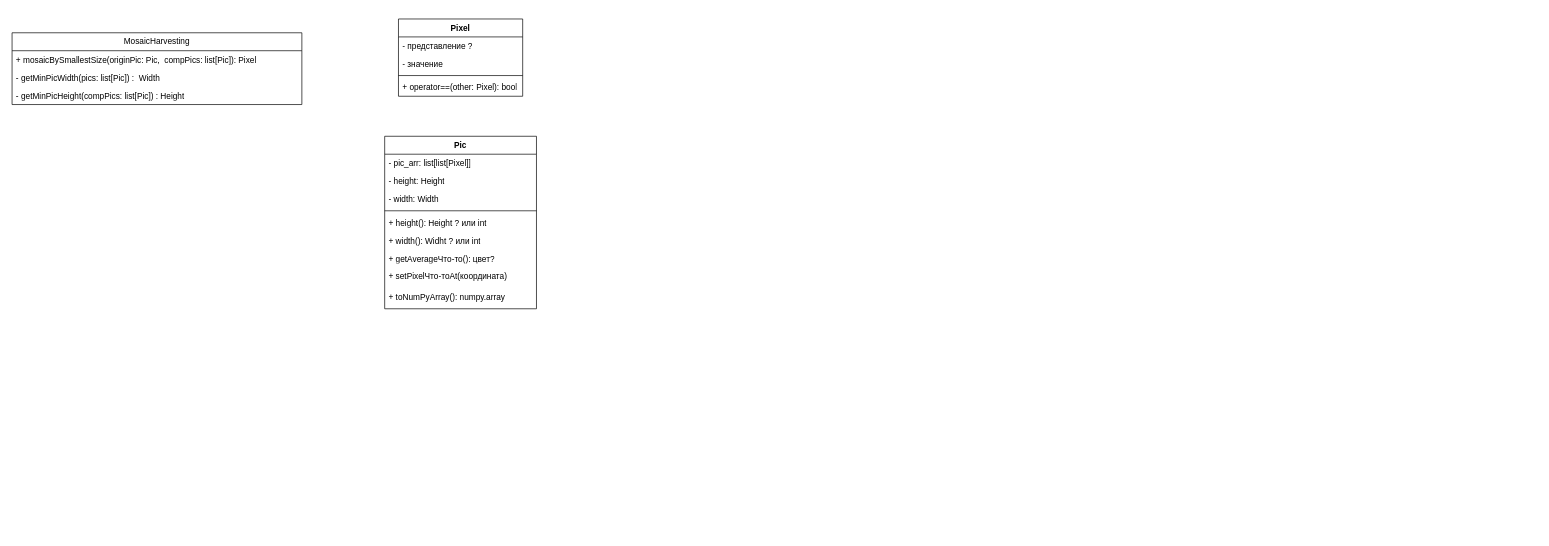
Earlier version of the draw.io diagram page "диаграмма классов" (2 of 2) of arc.drawio (Sqaz33/PicMix). Source tidied: cells renumbered, new cells numbered last; positions are measured from the earlier drawing's top-left corner, leaving out a move shared by most shapes. Both pictures are drawn from the tidied source at 69%, with x=0, y=0 at pixel (12, 19).
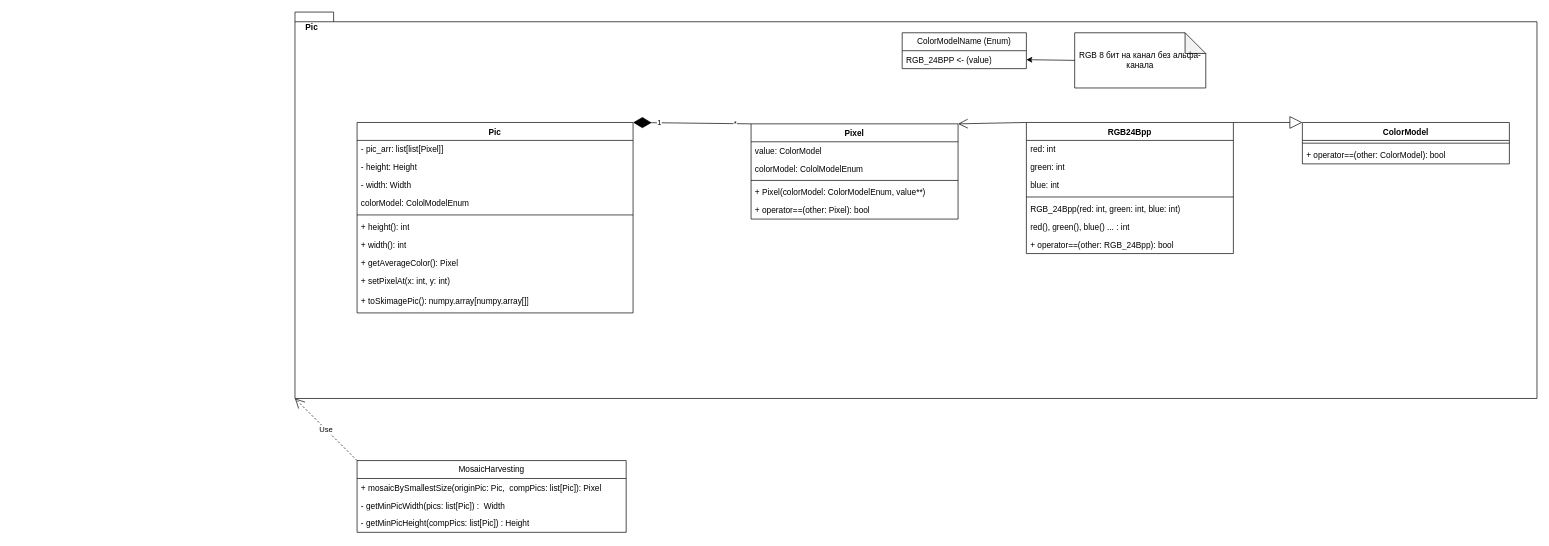
The same diagram, later.

Change to the diagram source:
```diff
@@
+    <mxCell id="21" style="shape=folder;fontStyle=1;spacingTop=10;tabWidth=40;tabHeight=14;tabPosition=left;html=1;whiteSpace=wrap;" parent="1" vertex="1">
+      <mxGeometry x="410" y="-10" width="1800" height="560" as="geometry" />
+    </mxCell>
     <mxCell id="2" value="MosaicHarvesting" style="swimlane;fontStyle=0;horizontal=1;startSize=26;fillColor=none;whiteSpace=wrap;html=1;" parent="1" vertex="1">
-      <mxGeometry y="20" width="420" height="104" as="geometry" />
+      <mxGeometry x="500" y="640" width="390" height="104" as="geometry" />
     </mxCell>
     <mxCell id="3" value="+ mosaicBySmallestSize(originPic: Pic,&amp;nbsp; compPics: list[Pic]): Pixel" style="text;strokeColor=none;fillColor=none;align=left;verticalAlign=top;spacingLeft=4;spacingRight=4;overflow=hidden;whiteSpace=wrap;html=1;" parent="2" vertex="1">
-      <mxGeometry y="26" width="420" height="26" as="geometry" />
+      <mxGeometry y="26" width="390" height="26" as="geometry" />
     </mxCell>
     <mxCell id="4" value="- getMinPicWidth(pics: list[Pic]) :&amp;nbsp; Width" style="text;strokeColor=none;fillColor=none;align=left;verticalAlign=top;spacingLeft=4;spacingRight=4;overflow=hidden;whiteSpace=wrap;html=1;" parent="2" vertex="1">
-      <mxGeometry y="52" width="420" height="26" as="geometry" />
+      <mxGeometry y="52" width="390" height="26" as="geometry" />
     </mxCell>
     <mxCell id="5" value="- getMinPicHeight(compPics: list[Pic]) : Height" style="text;strokeColor=none;fillColor=none;align=left;verticalAlign=top;spacingLeft=4;spacingRight=4;overflow=hidden;whiteSpace=wrap;html=1;" parent="2" vertex="1">
-      <mxGeometry y="78" width="420" height="26" as="geometry" />
+      <mxGeometry y="78" width="390" height="26" as="geometry" />
     </mxCell>
     <mxCell id="6" value="Pic" style="swimlane;fontStyle=1;align=center;verticalAlign=top;horizontal=1;startSize=26;whiteSpace=wrap;html=1;" parent="1" vertex="1">
-      <mxGeometry x="540" y="170" width="220" height="250" as="geometry" />
+      <mxGeometry x="500" y="150" width="400" height="276" as="geometry" />
     </mxCell>
     <mxCell id="7" value="- pic_arr: list[list[Pixel]]" style="text;strokeColor=none;fillColor=none;align=left;verticalAlign=top;spacingLeft=4;spacingRight=4;overflow=hidden;whiteSpace=wrap;html=1;" parent="6" vertex="1">
-      <mxGeometry y="26" width="220" height="26" as="geometry" />
+      <mxGeometry y="26" width="400" height="26" as="geometry" />
     </mxCell>
     <mxCell id="8" value="- height: Height" style="text;strokeColor=none;fillColor=none;align=left;verticalAlign=top;spacingLeft=4;spacingRight=4;overflow=hidden;whiteSpace=wrap;html=1;" parent="6" vertex="1">
-      <mxGeometry y="52" width="220" height="26" as="geometry" />
+      <mxGeometry y="52" width="400" height="26" as="geometry" />
     </mxCell>
     <mxCell id="9" value="- width: Width" style="text;strokeColor=none;fillColor=none;align=left;verticalAlign=top;spacingLeft=4;spacingRight=4;overflow=hidden;whiteSpace=wrap;html=1;" parent="6" vertex="1">
-      <mxGeometry y="78" width="220" height="26" as="geometry" />
+      <mxGeometry y="78" width="400" height="26" as="geometry" />
     </mxCell>
+    <mxCell id="22" value="colorModel: CololModelEnum" style="text;strokeColor=none;fillColor=none;align=left;verticalAlign=top;spacingLeft=4;spacingRight=4;overflow=hidden;whiteSpace=wrap;html=1;" parent="6" vertex="1">
+      <mxGeometry y="104" width="400" height="26" as="geometry" />
+    </mxCell>
     <mxCell id="10" style="line;strokeWidth=1;fillColor=none;align=left;verticalAlign=middle;spacingTop=-1;spacingLeft=3;spacingRight=3;labelPosition=right;strokeColor=inherit;" parent="6" vertex="1">
-      <mxGeometry y="104" width="220" height="8" as="geometry" />
+      <mxGeometry y="130" width="400" height="8" as="geometry" />
     </mxCell>
-    <mxCell id="11" value="+ height(): Height ? или int" style="text;strokeColor=none;fillColor=none;align=left;verticalAlign=top;spacingLeft=4;spacingRight=4;overflow=hidden;whiteSpace=wrap;html=1;" parent="6" vertex="1">
-      <mxGeometry y="112" width="220" height="26" as="geometry" />
+    <mxCell id="11" value="+ height(): int" style="text;strokeColor=none;fillColor=none;align=left;verticalAlign=top;spacingLeft=4;spacingRight=4;overflow=hidden;whiteSpace=wrap;html=1;" parent="6" vertex="1">
+      <mxGeometry y="138" width="400" height="26" as="geometry" />
     </mxCell>
-    <mxCell id="12" value="+ width(): Widht ? или int" style="text;strokeColor=none;fillColor=none;align=left;verticalAlign=top;spacingLeft=4;spacingRight=4;overflow=hidden;whiteSpace=wrap;html=1;" parent="6" vertex="1">
-      <mxGeometry y="138" width="220" height="26" as="geometry" />
+    <mxCell id="12" value="+ width(): int" style="text;strokeColor=none;fillColor=none;align=left;verticalAlign=top;spacingLeft=4;spacingRight=4;overflow=hidden;whiteSpace=wrap;html=1;" parent="6" vertex="1">
+      <mxGeometry y="164" width="400" height="26" as="geometry" />
     </mxCell>
-    <mxCell id="13" value="+ getAverageЧто-то(): цвет?" style="text;strokeColor=none;fillColor=none;align=left;verticalAlign=top;spacingLeft=4;spacingRight=4;overflow=hidden;whiteSpace=wrap;html=1;" parent="6" vertex="1">
-      <mxGeometry y="164" width="220" height="26" as="geometry" />
+    <mxCell id="13" value="+ getAverageColor(): Pixel" style="text;strokeColor=none;fillColor=none;align=left;verticalAlign=top;spacingLeft=4;spacingRight=4;overflow=hidden;whiteSpace=wrap;html=1;" parent="6" vertex="1">
+      <mxGeometry y="190" width="400" height="26" as="geometry" />
     </mxCell>
-    <mxCell id="14" value="+ setPixelЧто-тоAt(координата)" style="text;strokeColor=none;fillColor=none;align=left;verticalAlign=top;spacingLeft=4;spacingRight=4;overflow=hidden;whiteSpace=wrap;html=1;" parent="6" vertex="1">
-      <mxGeometry y="190" width="220" height="30" as="geometry" />
+    <mxCell id="14" value="+ setPixelAt(x: int, y: int)" style="text;strokeColor=none;fillColor=none;align=left;verticalAlign=top;spacingLeft=4;spacingRight=4;overflow=hidden;whiteSpace=wrap;html=1;" parent="6" vertex="1">
+      <mxGeometry y="216" width="400" height="30" as="geometry" />
     </mxCell>
-    <mxCell id="15" value="+ toNumPyArray(): numpy.array" style="text;strokeColor=none;fillColor=none;align=left;verticalAlign=top;spacingLeft=4;spacingRight=4;overflow=hidden;whiteSpace=wrap;html=1;" parent="6" vertex="1">
-      <mxGeometry y="220" width="220" height="30" as="geometry" />
+    <mxCell id="15" value="+ toSkimagePic(): numpy.array[numpy.array[]]" style="text;strokeColor=none;fillColor=none;align=left;verticalAlign=top;spacingLeft=4;spacingRight=4;overflow=hidden;whiteSpace=wrap;html=1;" parent="6" vertex="1">
+      <mxGeometry y="246" width="400" height="30" as="geometry" />
     </mxCell>
     <mxCell id="16" value="Pixel" style="swimlane;fontStyle=1;align=center;verticalAlign=top;horizontal=1;startSize=26;whiteSpace=wrap;html=1;" parent="1" vertex="1">
-      <mxGeometry x="560" width="180" height="112" as="geometry" />
+      <mxGeometry x="1071" y="152" width="300" height="138" as="geometry" />
     </mxCell>
-    <mxCell id="17" value="- представление ?" style="text;strokeColor=none;fillColor=none;align=left;verticalAlign=top;spacingLeft=4;spacingRight=4;overflow=hidden;whiteSpace=wrap;html=1;" parent="16" vertex="1">
-      <mxGeometry y="26" width="180" height="26" as="geometry" />
+    <mxCell id="17" value="value: ColorModel" style="text;strokeColor=none;fillColor=none;align=left;verticalAlign=top;spacingLeft=4;spacingRight=4;overflow=hidden;whiteSpace=wrap;html=1;" parent="16" vertex="1">
+      <mxGeometry y="26" width="300" height="26" as="geometry" />
     </mxCell>
-    <mxCell id="18" value="- значение" style="text;strokeColor=none;fillColor=none;align=left;verticalAlign=top;spacingLeft=4;spacingRight=4;overflow=hidden;whiteSpace=wrap;html=1;" parent="16" vertex="1">
-      <mxGeometry y="52" width="180" height="26" as="geometry" />
+    <mxCell id="18" value="colorModel: CololModelEnum" style="text;strokeColor=none;fillColor=none;align=left;verticalAlign=top;spacingLeft=4;spacingRight=4;overflow=hidden;whiteSpace=wrap;html=1;" parent="16" vertex="1">
+      <mxGeometry y="52" width="300" height="26" as="geometry" />
     </mxCell>
     <mxCell id="19" style="line;strokeWidth=1;fillColor=none;align=left;verticalAlign=middle;spacingTop=-1;spacingLeft=3;spacingRight=3;labelPosition=right;strokeColor=inherit;" parent="16" vertex="1">
-      <mxGeometry y="78" width="180" height="8" as="geometry" />
+      <mxGeometry y="78" width="300" height="8" as="geometry" />
     </mxCell>
+    <mxCell id="23" value="+ Pixel(colorModel: ColorModelEnum, value**)" style="text;strokeColor=none;fillColor=none;align=left;verticalAlign=top;spacingLeft=4;spacingRight=4;overflow=hidden;whiteSpace=wrap;html=1;" parent="16" vertex="1">
+      <mxGeometry y="86" width="300" height="26" as="geometry" />
+    </mxCell>
     <mxCell id="20" value="+ operator==(other: Pixel): bool" style="text;strokeColor=none;fillColor=none;align=left;verticalAlign=top;spacingLeft=4;spacingRight=4;overflow=hidden;whiteSpace=wrap;html=1;" parent="16" vertex="1">
-      <mxGeometry y="86" width="180" height="26" as="geometry" />
+      <mxGeometry y="112" width="300" height="26" as="geometry" />
     </mxCell>
+    <mxCell id="24" value="ColorModelName (Enum)" style="swimlane;fontStyle=0;horizontal=1;startSize=26;fillColor=none;whiteSpace=wrap;html=1;" parent="1" vertex="1">
+      <mxGeometry x="1290" y="20" width="180" height="52" as="geometry" />
+    </mxCell>
+    <mxCell id="25" value="RGB_24BPP &amp;lt;- (value)" style="text;strokeColor=none;fillColor=none;align=left;verticalAlign=top;spacingLeft=4;spacingRight=4;overflow=hidden;points=[[0,0.5],[1,0.5]];portConstraint=eastwest;whiteSpace=wrap;html=1;" parent="24" vertex="1">
+      <mxGeometry y="26" width="180" height="26" as="geometry" />
+    </mxCell>
+    <mxCell id="26" value="RGB 8 бит на канал без альфа-канала" style="shape=note;whiteSpace=wrap;html=1;backgroundOutline=1;darkOpacity=0.05;" parent="1" vertex="1">
+      <mxGeometry x="1540" y="20" width="190" height="80" as="geometry" />
+    </mxCell>
+    <mxCell id="27" style="endArrow=classic;html=1;rounded=0;exitX=0;exitY=0.5;exitDx=0;exitDy=0;exitPerimeter=0;entryX=1;entryY=0.5;entryDx=0;entryDy=0;" parent="1" edge="1" source="26" target="25">
+      <mxGeometry relative="1" as="geometry" />
+    </mxCell>
+    <mxCell id="28" style="endArrow=diamondThin;endFill=1;endSize=24;html=1;rounded=0;exitX=0;exitY=0;exitDx=0;exitDy=0;entryX=1;entryY=0;entryDx=0;entryDy=0;" parent="1" edge="1" source="16" target="6">
+      <mxGeometry relative="1" as="geometry" />
+    </mxCell>
+    <mxCell id="29" value="1" style="edgeLabel;html=1;align=center;verticalAlign=middle;" parent="28" vertex="1">
+      <mxGeometry x="0.57" y="-1" relative="1" as="geometry" />
+    </mxCell>
+    <mxCell id="30" value="*" style="edgeLabel;html=1;align=center;verticalAlign=middle;" parent="28" vertex="1">
+      <mxGeometry x="-0.72" y="-1" relative="1" as="geometry" />
+    </mxCell>
+    <mxCell id="31" value="RGB24Bpp" style="swimlane;fontStyle=1;align=center;verticalAlign=top;horizontal=1;startSize=26;whiteSpace=wrap;html=1;" parent="1" vertex="1">
+      <mxGeometry x="1470" y="150" width="300" height="190" as="geometry" />
+    </mxCell>
+    <mxCell id="32" value="red: int" style="text;strokeColor=none;fillColor=none;align=left;verticalAlign=top;spacingLeft=4;spacingRight=4;overflow=hidden;whiteSpace=wrap;html=1;" parent="31" vertex="1">
+      <mxGeometry y="26" width="300" height="26" as="geometry" />
+    </mxCell>
+    <mxCell id="33" value="green: int" style="text;strokeColor=none;fillColor=none;align=left;verticalAlign=top;spacingLeft=4;spacingRight=4;overflow=hidden;whiteSpace=wrap;html=1;" parent="31" vertex="1">
+      <mxGeometry y="52" width="300" height="26" as="geometry" />
+    </mxCell>
+    <mxCell id="34" value="blue: int" style="text;strokeColor=none;fillColor=none;align=left;verticalAlign=top;spacingLeft=4;spacingRight=4;overflow=hidden;whiteSpace=wrap;html=1;" parent="31" vertex="1">
+      <mxGeometry y="78" width="300" height="26" as="geometry" />
+    </mxCell>
+    <mxCell id="35" style="line;strokeWidth=1;fillColor=none;align=left;verticalAlign=middle;spacingTop=-1;spacingLeft=3;spacingRight=3;labelPosition=right;strokeColor=inherit;" parent="31" vertex="1">
+      <mxGeometry y="104" width="300" height="8" as="geometry" />
+    </mxCell>
+    <mxCell id="36" value="RGB_24Bpp(red: int, green: int, blue: int)" style="text;strokeColor=none;fillColor=none;align=left;verticalAlign=top;spacingLeft=4;spacingRight=4;overflow=hidden;whiteSpace=wrap;html=1;" parent="31" vertex="1">
+      <mxGeometry y="112" width="300" height="26" as="geometry" />
+    </mxCell>
+    <mxCell id="37" value="red(), green(), blue() ... : int" style="text;strokeColor=none;fillColor=none;align=left;verticalAlign=top;spacingLeft=4;spacingRight=4;overflow=hidden;whiteSpace=wrap;html=1;" parent="31" vertex="1">
+      <mxGeometry y="138" width="300" height="26" as="geometry" />
+    </mxCell>
+    <mxCell id="38" value="+ operator==(other: RGB_24Bpp): bool" style="text;strokeColor=none;fillColor=none;align=left;verticalAlign=top;spacingLeft=4;spacingRight=4;overflow=hidden;whiteSpace=wrap;html=1;" parent="31" vertex="1">
+      <mxGeometry y="164" width="300" height="26" as="geometry" />
+    </mxCell>
+    <mxCell id="39" value="ColorModel" style="swimlane;fontStyle=1;align=center;verticalAlign=top;horizontal=1;startSize=26;whiteSpace=wrap;html=1;" parent="1" vertex="1">
+      <mxGeometry x="1870" y="150" width="300" height="60" as="geometry" />
+    </mxCell>
+    <mxCell id="40" style="line;strokeWidth=1;fillColor=none;align=left;verticalAlign=middle;spacingTop=-1;spacingLeft=3;spacingRight=3;labelPosition=right;strokeColor=inherit;" parent="39" vertex="1">
+      <mxGeometry y="26" width="300" height="8" as="geometry" />
+    </mxCell>
+    <mxCell id="41" value="+ operator==(other: ColorModel): bool" style="text;strokeColor=none;fillColor=none;align=left;verticalAlign=top;spacingLeft=4;spacingRight=4;overflow=hidden;whiteSpace=wrap;html=1;" parent="39" vertex="1">
+      <mxGeometry y="34" width="300" height="26" as="geometry" />
+    </mxCell>
+    <mxCell id="42" style="endArrow=block;endSize=16;endFill=0;html=1;rounded=0;entryX=0;entryY=0;entryDx=0;entryDy=0;exitX=1;exitY=0;exitDx=0;exitDy=0;" parent="1" edge="1" source="31" target="39">
+      <mxGeometry relative="1" as="geometry" />
+    </mxCell>
+    <mxCell id="43" style="endArrow=open;endFill=1;endSize=12;html=1;rounded=0;exitX=0;exitY=0;exitDx=0;exitDy=0;entryX=1;entryY=0;entryDx=0;entryDy=0;" parent="1" edge="1" source="31" target="16">
+      <mxGeometry relative="1" as="geometry" />
+    </mxCell>
+    <mxCell id="44" value="Pic" style="text;align=center;fontStyle=1;verticalAlign=middle;spacingLeft=3;spacingRight=3;strokeColor=none;html=1;" parent="1" vertex="1">
+      <mxGeometry x="394" width="80" height="26" as="geometry" />
+    </mxCell>
+    <mxCell id="45" value="Use" style="endArrow=open;endSize=12;dashed=1;html=1;rounded=0;exitX=0;exitY=0;exitDx=0;exitDy=0;entryX=0;entryY=0;entryDx=0;entryDy=560;entryPerimeter=0;" parent="1" edge="1" source="2" target="21">
+      <mxGeometry relative="1" as="geometry" />
+    </mxCell>
```
